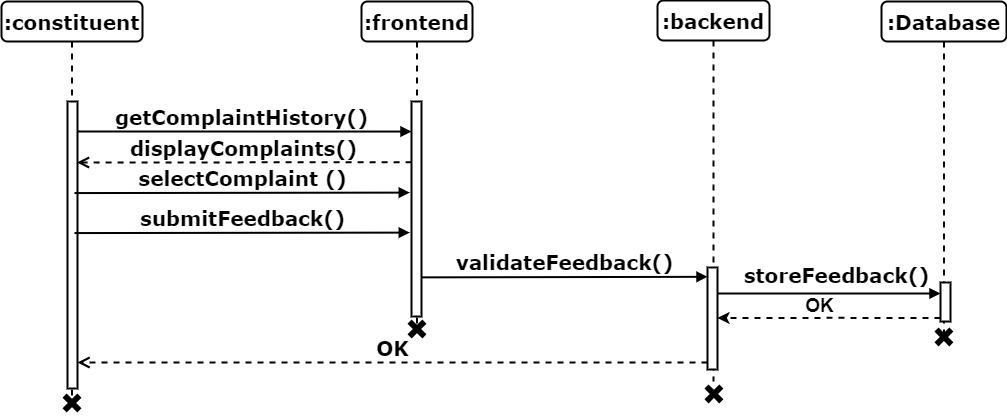
muhammadahsanmirza/fyp-constituency-connect keeps this draw.io diagram as 21 - Sequence Diagram/4 - Submit Feedback Sequence Diagram.drawio.png. Above is the earlier version. Source tidied: cells renumbered, new cells last; positions are measured from the earlier drawing's top-left corner, leaving out a move shared by most shapes. The source it was exported from:
```xml
<mxGraphModel>
  <root>
    <mxCell id="0" />
    <mxCell id="1" parent="0" />
    <mxCell id="2" value="getComplaintHistory()" style="html=1;verticalAlign=bottom;endArrow=block;entryX=0;entryY=0;labelBackgroundColor=none;fontFamily=Verdana;fontSize=20;edgeStyle=elbowEdgeStyle;elbow=vertical;strokeWidth=2;fontStyle=1;" parent="1" edge="1">
      <mxGeometry relative="1" as="geometry">
        <mxPoint x="71" y="131" as="sourcePoint" />
        <mxPoint x="410" y="131" as="targetPoint" />
      </mxGeometry>
    </mxCell>
    <mxCell id="3" value=":frontend" style="shape=umlLifeline;perimeter=lifelinePerimeter;whiteSpace=wrap;html=1;rounded=1;shadow=0;comic=0;labelBackgroundColor=none;strokeWidth=2;fontFamily=Verdana;fontSize=20;align=center;fontStyle=1;" parent="1" vertex="1">
      <mxGeometry x="360" y="1" width="111" height="326" as="geometry" />
    </mxCell>
    <mxCell id="4" style="html=1;points=[];perimeter=orthogonalPerimeter;rounded=0;shadow=0;comic=0;labelBackgroundColor=none;strokeWidth=2;fontFamily=Verdana;fontSize=20;align=center;fontStyle=1;whiteSpace=wrap;" parent="3" vertex="1">
      <mxGeometry x="50" y="100" width="10" height="215" as="geometry" />
    </mxCell>
    <mxCell id="5" value=":backend" style="shape=umlLifeline;perimeter=lifelinePerimeter;whiteSpace=wrap;html=1;rounded=1;shadow=0;comic=0;labelBackgroundColor=none;strokeWidth=2;fontFamily=Verdana;fontSize=20;align=center;fontStyle=1;" parent="1" vertex="1">
      <mxGeometry x="656" width="112" height="381" as="geometry" />
    </mxCell>
    <mxCell id="6" style="html=1;points=[];perimeter=orthogonalPerimeter;rounded=0;shadow=0;comic=0;labelBackgroundColor=none;strokeWidth=2;fontFamily=Verdana;fontSize=20;align=center;fontStyle=1;whiteSpace=wrap;" parent="5" vertex="1">
      <mxGeometry x="50" y="267" width="10" height="102" as="geometry" />
    </mxCell>
    <mxCell id="7" value="validateFeedback()" style="html=1;verticalAlign=bottom;endArrow=block;labelBackgroundColor=none;fontFamily=Verdana;fontSize=20;edgeStyle=elbowEdgeStyle;elbow=vertical;strokeWidth=2;fontStyle=1;exitX=0.961;exitY=0.818;exitDx=0;exitDy=0;exitPerimeter=0;" parent="5" edge="1" source="4">
      <mxGeometry relative="1" as="geometry">
        <mxPoint x="50" y="276" as="targetPoint" />
      </mxGeometry>
    </mxCell>
    <mxCell id="8" value=":Database" style="shape=umlLifeline;perimeter=lifelinePerimeter;whiteSpace=wrap;html=1;rounded=1;shadow=0;comic=0;labelBackgroundColor=none;strokeWidth=2;fontFamily=Verdana;fontSize=20;align=center;fontStyle=1;" parent="1" vertex="1">
      <mxGeometry x="880" y="1" width="125" height="337" as="geometry" />
    </mxCell>
    <mxCell id="9" value=":constituent" style="shape=umlLifeline;perimeter=lifelinePerimeter;whiteSpace=wrap;html=1;rounded=1;shadow=0;comic=0;labelBackgroundColor=none;strokeWidth=2;fontFamily=Verdana;fontSize=20;align=center;fontStyle=1;" parent="1" vertex="1">
      <mxGeometry y="1" width="141" height="400" as="geometry" />
    </mxCell>
    <mxCell id="10" style="html=1;perimeter=orthogonalPerimeter;rounded=0;shadow=0;comic=0;labelBackgroundColor=none;strokeWidth=2;fontFamily=Verdana;fontSize=20;align=center;fontStyle=1;whiteSpace=wrap;" parent="9" vertex="1">
      <mxGeometry x="66" y="100" width="10" height="287" as="geometry" />
    </mxCell>
    <mxCell id="11" style="html=1;perimeter=orthogonalPerimeter;rounded=0;shadow=0;comic=0;labelBackgroundColor=none;strokeWidth=2;fontFamily=Verdana;fontSize=20;align=center;fontStyle=1;whiteSpace=wrap;" parent="1" vertex="1">
      <mxGeometry x="939" y="282" width="10" height="39" as="geometry" />
    </mxCell>
    <mxCell id="12" value="storeFeedback()" style="html=1;verticalAlign=bottom;endArrow=block;labelBackgroundColor=none;fontFamily=Verdana;fontSize=20;edgeStyle=elbowEdgeStyle;elbow=vertical;strokeWidth=2;fontStyle=1;" parent="1" edge="1" source="6">
      <mxGeometry x="0.06" y="4" relative="1" as="geometry">
        <mxPoint x="939" y="293" as="targetPoint" />
        <Array as="points">
          <mxPoint x="878" y="293" />
        </Array>
      </mxGeometry>
    </mxCell>
    <mxCell id="13" style="shape=cross;whiteSpace=wrap;html=1;fillColor=#000000;rotation=45;strokeWidth=2;fontSize=20;" parent="1" vertex="1">
      <mxGeometry x="406" y="319" width="19" height="19" as="geometry" />
    </mxCell>
    <mxCell id="14" style="shape=cross;whiteSpace=wrap;html=1;fillColor=#000000;rotation=45;strokeWidth=2;fontSize=20;" parent="1" vertex="1">
      <mxGeometry x="61" y="393" width="19" height="19" as="geometry" />
    </mxCell>
    <mxCell id="15" style="shape=cross;whiteSpace=wrap;html=1;fillColor=#000000;rotation=45;strokeWidth=2;fontSize=20;" parent="1" vertex="1">
      <mxGeometry x="932.9" y="326.9" width="19" height="19" as="geometry" />
    </mxCell>
    <mxCell id="16" value="displayComplaints()" style="html=1;verticalAlign=bottom;endArrow=open;dashed=1;endSize=8;labelBackgroundColor=none;fontFamily=Verdana;fontSize=20;edgeStyle=elbowEdgeStyle;elbow=vertical;strokeWidth=2;fontStyle=1;entryX=0.953;entryY=0.127;entryDx=0;entryDy=0;entryPerimeter=0;exitX=0.01;exitY=0.129;exitDx=0;exitDy=0;exitPerimeter=0;" parent="1" edge="1">
      <mxGeometry relative="1" as="geometry">
        <mxPoint x="410.1" y="161.7" as="sourcePoint" />
        <mxPoint x="75.5" y="163" as="targetPoint" />
        <Array as="points">
          <mxPoint x="247" y="162" />
        </Array>
      </mxGeometry>
    </mxCell>
    <mxCell id="17" value="selectComplaint ()" style="html=1;verticalAlign=bottom;endArrow=block;entryX=-0.17;entryY=0.28;labelBackgroundColor=none;fontFamily=Verdana;fontSize=20;edgeStyle=elbowEdgeStyle;elbow=vertical;strokeWidth=2;fontStyle=1;exitX=0.7;exitY=0.27;exitDx=0;exitDy=0;exitPerimeter=0;entryDx=0;entryDy=0;entryPerimeter=0;" parent="1" edge="1">
      <mxGeometry relative="1" as="geometry">
        <mxPoint x="73" y="192.6" as="sourcePoint" />
        <mxPoint x="408.3" y="191.2" as="targetPoint" />
      </mxGeometry>
    </mxCell>
    <mxCell id="18" style="shape=cross;whiteSpace=wrap;html=1;fillColor=#000000;rotation=45;strokeWidth=2;fontSize=20;" parent="1" vertex="1">
      <mxGeometry x="702.9" y="383.9" width="19" height="19" as="geometry" />
    </mxCell>
    <mxCell id="19" style="group;" parent="1" vertex="1">
      <mxGeometry x="716" y="288" width="223" height="35" as="geometry" />
    </mxCell>
    <mxCell id="20" style="edgeStyle=orthogonalEdgeStyle;rounded=0;orthogonalLoop=1;jettySize=auto;html=1;entryX=1;entryY=0.259;entryDx=0;entryDy=0;entryPerimeter=0;strokeWidth=2;dashed=1;" parent="19" edge="1">
      <mxGeometry relative="1" as="geometry">
        <mxPoint x="223" y="29.4" as="sourcePoint" />
        <mxPoint y="29.4" as="targetPoint" />
        <Array as="points">
          <mxPoint x="112" y="29" />
        </Array>
      </mxGeometry>
    </mxCell>
    <mxCell id="21" value="&lt;b&gt;&lt;font style=&quot;font-size: 19px;&quot;&gt;OK&lt;/font&gt;&lt;/b&gt;" style="text;html=1;align=center;verticalAlign=middle;strokeColor=none;fillColor=none;" parent="19" vertex="1">
      <mxGeometry x="78" width="47" height="35" as="geometry" />
    </mxCell>
    <mxCell id="22" value="OK" style="html=1;verticalAlign=bottom;endArrow=open;dashed=1;endSize=8;labelBackgroundColor=none;fontFamily=Verdana;fontSize=20;edgeStyle=elbowEdgeStyle;elbow=vertical;strokeWidth=2;fontStyle=1;" parent="1" edge="1">
      <mxGeometry relative="1" as="geometry">
        <mxPoint x="706" y="362" as="sourcePoint" />
        <mxPoint x="76" y="362" as="targetPoint" />
        <Array as="points">
          <mxPoint x="378" y="362" />
        </Array>
      </mxGeometry>
    </mxCell>
    <mxCell id="23" value="submitFeedback()" style="html=1;verticalAlign=bottom;endArrow=block;entryX=-0.17;entryY=0.28;labelBackgroundColor=none;fontFamily=Verdana;fontSize=20;edgeStyle=elbowEdgeStyle;elbow=vertical;strokeWidth=2;fontStyle=1;exitX=0.7;exitY=0.27;exitDx=0;exitDy=0;exitPerimeter=0;entryDx=0;entryDy=0;entryPerimeter=0;" parent="1" edge="1">
      <mxGeometry relative="1" as="geometry">
        <mxPoint x="73" y="232.6" as="sourcePoint" />
        <mxPoint x="408.3" y="231.2" as="targetPoint" />
      </mxGeometry>
    </mxCell>
  </root>
</mxGraphModel>
```
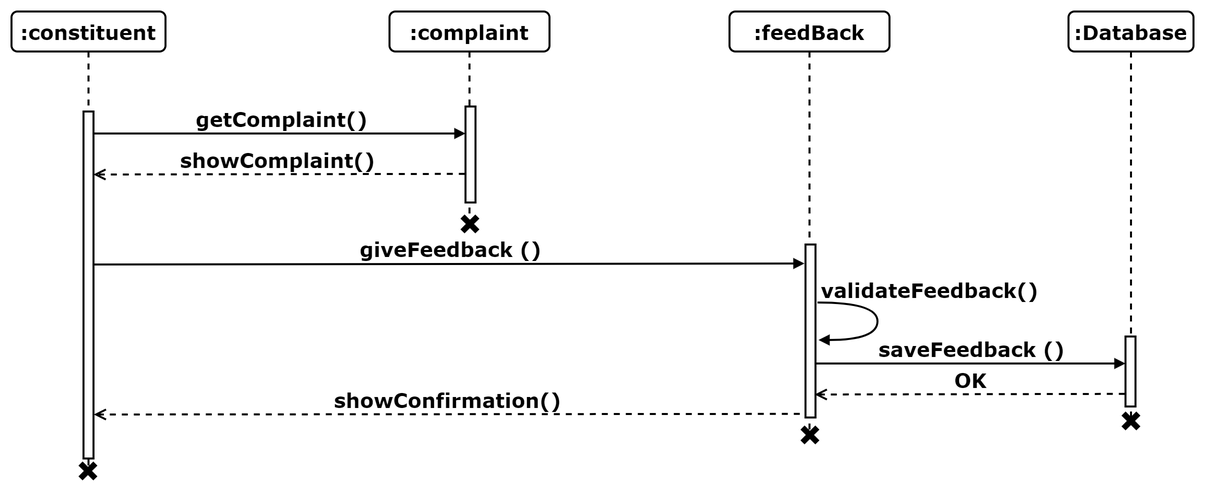
Above is the later version.

The edit, as a diff of the source:
```diff
@@ -2,105 +2,96 @@
   <root>
     <mxCell id="0" />
     <mxCell id="1" parent="0" />
-    <mxCell id="2" value="getComplaintHistory()" style="html=1;verticalAlign=bottom;endArrow=block;entryX=0;entryY=0;labelBackgroundColor=none;fontFamily=Verdana;fontSize=20;edgeStyle=elbowEdgeStyle;elbow=vertical;strokeWidth=2;fontStyle=1;" parent="1" edge="1">
-      <mxGeometry relative="1" as="geometry">
-        <mxPoint x="71" y="131" as="sourcePoint" />
-        <mxPoint x="410" y="131" as="targetPoint" />
-      </mxGeometry>
+    <mxCell id="2" value=":Database" style="shape=umlLifeline;perimeter=lifelinePerimeter;whiteSpace=wrap;html=1;rounded=1;shadow=0;comic=0;labelBackgroundColor=none;strokeWidth=2;fontFamily=Verdana;fontSize=20;align=center;fontStyle=1;" parent="1" vertex="1">
+      <mxGeometry x="2712" y="149" width="125" height="407" as="geometry" />
     </mxCell>
-    <mxCell id="3" value=":frontend" style="shape=umlLifeline;perimeter=lifelinePerimeter;whiteSpace=wrap;html=1;rounded=1;shadow=0;comic=0;labelBackgroundColor=none;strokeWidth=2;fontFamily=Verdana;fontSize=20;align=center;fontStyle=1;" parent="1" vertex="1">
-      <mxGeometry x="360" y="1" width="111" height="326" as="geometry" />
+    <mxCell id="3" value=":constituent" style="shape=umlLifeline;perimeter=lifelinePerimeter;whiteSpace=wrap;html=1;rounded=1;shadow=0;comic=0;labelBackgroundColor=none;strokeWidth=2;fontFamily=Verdana;fontSize=20;align=center;fontStyle=1;" parent="1" vertex="1">
+      <mxGeometry x="1655" y="149" width="154" height="454" as="geometry" />
     </mxCell>
     <mxCell id="4" style="html=1;points=[];perimeter=orthogonalPerimeter;rounded=0;shadow=0;comic=0;labelBackgroundColor=none;strokeWidth=2;fontFamily=Verdana;fontSize=20;align=center;fontStyle=1;whiteSpace=wrap;" parent="3" vertex="1">
-      <mxGeometry x="50" y="100" width="10" height="215" as="geometry" />
+      <mxGeometry x="72" y="100" width="10" height="347" as="geometry" />
     </mxCell>
-    <mxCell id="5" value=":backend" style="shape=umlLifeline;perimeter=lifelinePerimeter;whiteSpace=wrap;html=1;rounded=1;shadow=0;comic=0;labelBackgroundColor=none;strokeWidth=2;fontFamily=Verdana;fontSize=20;align=center;fontStyle=1;" parent="1" vertex="1">
-      <mxGeometry x="656" width="112" height="381" as="geometry" />
+    <mxCell id="5" value=":complaint" style="shape=umlLifeline;perimeter=lifelinePerimeter;whiteSpace=wrap;html=1;rounded=1;shadow=0;comic=0;labelBackgroundColor=none;strokeWidth=2;fontFamily=Verdana;fontSize=20;align=center;fontStyle=1;" parent="1" vertex="1">
+      <mxGeometry x="2033" y="149" width="160" height="210" as="geometry" />
     </mxCell>
     <mxCell id="6" style="html=1;points=[];perimeter=orthogonalPerimeter;rounded=0;shadow=0;comic=0;labelBackgroundColor=none;strokeWidth=2;fontFamily=Verdana;fontSize=20;align=center;fontStyle=1;whiteSpace=wrap;" parent="5" vertex="1">
-      <mxGeometry x="50" y="267" width="10" height="102" as="geometry" />
+      <mxGeometry x="76" y="95" width="10" height="96" as="geometry" />
     </mxCell>
-    <mxCell id="7" value="validateFeedback()" style="html=1;verticalAlign=bottom;endArrow=block;labelBackgroundColor=none;fontFamily=Verdana;fontSize=20;edgeStyle=elbowEdgeStyle;elbow=vertical;strokeWidth=2;fontStyle=1;exitX=0.961;exitY=0.818;exitDx=0;exitDy=0;exitPerimeter=0;" parent="5" edge="1" source="4">
+    <mxCell id="7" value="getComplaint()" style="html=1;verticalAlign=bottom;endArrow=block;labelBackgroundColor=none;fontFamily=Verdana;fontSize=20;edgeStyle=elbowEdgeStyle;elbow=vertical;strokeWidth=2;fontStyle=1;" parent="1" edge="1" source="4">
       <mxGeometry relative="1" as="geometry">
-        <mxPoint x="50" y="276" as="targetPoint" />
+        <mxPoint x="2109" y="272" as="targetPoint" />
       </mxGeometry>
     </mxCell>
-    <mxCell id="8" value=":Database" style="shape=umlLifeline;perimeter=lifelinePerimeter;whiteSpace=wrap;html=1;rounded=1;shadow=0;comic=0;labelBackgroundColor=none;strokeWidth=2;fontFamily=Verdana;fontSize=20;align=center;fontStyle=1;" parent="1" vertex="1">
-      <mxGeometry x="880" y="1" width="125" height="337" as="geometry" />
+    <mxCell id="8" value="giveFeedback ()" style="html=1;verticalAlign=bottom;endArrow=block;labelBackgroundColor=none;fontFamily=Verdana;fontSize=20;edgeStyle=elbowEdgeStyle;elbow=vertical;strokeWidth=2;fontStyle=1;entryX=-0.1;entryY=0.5;entryDx=0;entryDy=0;entryPerimeter=0;" parent="1" edge="1">
+      <mxGeometry relative="1" as="geometry">
+        <mxPoint x="1737" y="402" as="sourcePoint" />
+        <mxPoint x="2448" y="402" as="targetPoint" />
+      </mxGeometry>
     </mxCell>
-    <mxCell id="9" value=":constituent" style="shape=umlLifeline;perimeter=lifelinePerimeter;whiteSpace=wrap;html=1;rounded=1;shadow=0;comic=0;labelBackgroundColor=none;strokeWidth=2;fontFamily=Verdana;fontSize=20;align=center;fontStyle=1;" parent="1" vertex="1">
-      <mxGeometry y="1" width="141" height="400" as="geometry" />
+    <mxCell id="9" style="html=1;perimeter=orthogonalPerimeter;rounded=0;shadow=0;comic=0;labelBackgroundColor=none;strokeWidth=2;fontFamily=Verdana;fontSize=20;align=center;fontStyle=1;whiteSpace=wrap;" parent="1" vertex="1">
+      <mxGeometry x="2769" y="474" width="10" height="70" as="geometry" />
     </mxCell>
-    <mxCell id="10" style="html=1;perimeter=orthogonalPerimeter;rounded=0;shadow=0;comic=0;labelBackgroundColor=none;strokeWidth=2;fontFamily=Verdana;fontSize=20;align=center;fontStyle=1;whiteSpace=wrap;" parent="9" vertex="1">
-      <mxGeometry x="66" y="100" width="10" height="287" as="geometry" />
+    <mxCell id="10" value="OK" style="html=1;verticalAlign=bottom;endArrow=open;dashed=1;endSize=8;labelBackgroundColor=none;fontFamily=Verdana;fontSize=20;edgeStyle=elbowEdgeStyle;elbow=vertical;strokeWidth=2;fontStyle=1;exitX=-0.069;exitY=0.951;exitDx=0;exitDy=0;exitPerimeter=0;entryX=0.916;entryY=0.866;entryDx=0;entryDy=0;entryPerimeter=0;" parent="1" edge="1" target="16">
+      <mxGeometry relative="1" as="geometry">
+        <mxPoint x="2768.3" y="531.4" as="sourcePoint" />
+        <Array as="points">
+          <mxPoint x="2480" y="532" />
+        </Array>
+      </mxGeometry>
     </mxCell>
-    <mxCell id="11" style="html=1;perimeter=orthogonalPerimeter;rounded=0;shadow=0;comic=0;labelBackgroundColor=none;strokeWidth=2;fontFamily=Verdana;fontSize=20;align=center;fontStyle=1;whiteSpace=wrap;" parent="1" vertex="1">
-      <mxGeometry x="939" y="282" width="10" height="39" as="geometry" />
+    <mxCell id="11" value="validateFeedback()" style="html=1;verticalAlign=bottom;endArrow=block;labelBackgroundColor=none;fontFamily=Verdana;fontSize=20;elbow=vertical;edgeStyle=orthogonalEdgeStyle;curved=1;exitX=1;exitY=0.14;exitPerimeter=0;strokeWidth=2;fontStyle=1;exitDx=0;exitDy=0;entryX=1.099;entryY=0.303;entryDx=0;entryDy=0;entryPerimeter=0;" parent="1" edge="1">
+      <mxGeometry x="-0.21" y="52" relative="1" as="geometry">
+        <mxPoint x="2461" y="440" as="sourcePoint" />
+        <mxPoint x="2462" y="477.5" as="targetPoint" />
+        <Array as="points">
+          <mxPoint x="2521" y="439.8" />
+          <mxPoint x="2521" y="477.8" />
+        </Array>
+      </mxGeometry>
     </mxCell>
-    <mxCell id="12" value="storeFeedback()" style="html=1;verticalAlign=bottom;endArrow=block;labelBackgroundColor=none;fontFamily=Verdana;fontSize=20;edgeStyle=elbowEdgeStyle;elbow=vertical;strokeWidth=2;fontStyle=1;" parent="1" edge="1" source="6">
-      <mxGeometry x="0.06" y="4" relative="1" as="geometry">
-        <mxPoint x="939" y="293" as="targetPoint" />
+    <mxCell id="12" value="showComplaint()" style="html=1;verticalAlign=bottom;endArrow=open;dashed=1;endSize=8;labelBackgroundColor=none;fontFamily=Verdana;fontSize=20;edgeStyle=elbowEdgeStyle;elbow=vertical;strokeWidth=2;fontStyle=1;entryX=0.988;entryY=0.952;entryDx=0;entryDy=0;entryPerimeter=0;exitX=-0.069;exitY=0.951;exitDx=0;exitDy=0;exitPerimeter=0;" parent="1" edge="1">
+      <mxGeometry relative="1" as="geometry">
+        <mxPoint x="2108.3" y="311.4" as="sourcePoint" />
+        <mxPoint x="1736.9" y="312.7" as="targetPoint" />
         <Array as="points">
-          <mxPoint x="878" y="293" />
+          <mxPoint x="1820" y="312" />
         </Array>
       </mxGeometry>
     </mxCell>
     <mxCell id="13" style="shape=cross;whiteSpace=wrap;html=1;fillColor=#000000;rotation=45;strokeWidth=2;fontSize=20;" parent="1" vertex="1">
-      <mxGeometry x="406" y="319" width="19" height="19" as="geometry" />
+      <mxGeometry x="2103.9" y="351.9" width="19" height="19" as="geometry" />
     </mxCell>
     <mxCell id="14" style="shape=cross;whiteSpace=wrap;html=1;fillColor=#000000;rotation=45;strokeWidth=2;fontSize=20;" parent="1" vertex="1">
-      <mxGeometry x="61" y="393" width="19" height="19" as="geometry" />
+      <mxGeometry x="1721.9" y="598.9" width="19" height="19" as="geometry" />
     </mxCell>
-    <mxCell id="15" style="shape=cross;whiteSpace=wrap;html=1;fillColor=#000000;rotation=45;strokeWidth=2;fontSize=20;" parent="1" vertex="1">
-      <mxGeometry x="932.9" y="326.9" width="19" height="19" as="geometry" />
+    <mxCell id="15" value=":feedBack" style="shape=umlLifeline;perimeter=lifelinePerimeter;whiteSpace=wrap;html=1;rounded=1;shadow=0;comic=0;labelBackgroundColor=none;strokeWidth=2;fontFamily=Verdana;fontSize=20;align=center;fontStyle=1;" parent="1" vertex="1">
+      <mxGeometry x="2373" y="149" width="160" height="427" as="geometry" />
     </mxCell>
-    <mxCell id="16" value="displayComplaints()" style="html=1;verticalAlign=bottom;endArrow=open;dashed=1;endSize=8;labelBackgroundColor=none;fontFamily=Verdana;fontSize=20;edgeStyle=elbowEdgeStyle;elbow=vertical;strokeWidth=2;fontStyle=1;entryX=0.953;entryY=0.127;entryDx=0;entryDy=0;entryPerimeter=0;exitX=0.01;exitY=0.129;exitDx=0;exitDy=0;exitPerimeter=0;" parent="1" edge="1">
-      <mxGeometry relative="1" as="geometry">
-        <mxPoint x="410.1" y="161.7" as="sourcePoint" />
-        <mxPoint x="75.5" y="163" as="targetPoint" />
-        <Array as="points">
-          <mxPoint x="247" y="162" />
-        </Array>
-      </mxGeometry>
+    <mxCell id="16" style="html=1;points=[];perimeter=orthogonalPerimeter;rounded=0;shadow=0;comic=0;labelBackgroundColor=none;strokeWidth=2;fontFamily=Verdana;fontSize=20;align=center;fontStyle=1;whiteSpace=wrap;" parent="15" vertex="1">
+      <mxGeometry x="76" y="233" width="10" height="173" as="geometry" />
     </mxCell>
-    <mxCell id="17" value="selectComplaint ()" style="html=1;verticalAlign=bottom;endArrow=block;entryX=-0.17;entryY=0.28;labelBackgroundColor=none;fontFamily=Verdana;fontSize=20;edgeStyle=elbowEdgeStyle;elbow=vertical;strokeWidth=2;fontStyle=1;exitX=0.7;exitY=0.27;exitDx=0;exitDy=0;exitPerimeter=0;entryDx=0;entryDy=0;entryPerimeter=0;" parent="1" edge="1">
+    <mxCell id="17" value="saveFeedback ()" style="html=1;verticalAlign=bottom;endArrow=block;labelBackgroundColor=none;fontFamily=Verdana;fontSize=20;edgeStyle=elbowEdgeStyle;elbow=horizontal;strokeWidth=2;fontStyle=1;" parent="1" edge="1">
       <mxGeometry relative="1" as="geometry">
-        <mxPoint x="73" y="192.6" as="sourcePoint" />
-        <mxPoint x="408.3" y="191.2" as="targetPoint" />
+        <mxPoint x="2460" y="501" as="sourcePoint" />
+        <mxPoint x="2769" y="501" as="targetPoint" />
+        <Array as="points">
+          <mxPoint x="2624" y="501" />
+        </Array>
       </mxGeometry>
     </mxCell>
-    <mxCell id="18" style="shape=cross;whiteSpace=wrap;html=1;fillColor=#000000;rotation=45;strokeWidth=2;fontSize=20;" parent="1" vertex="1">
-      <mxGeometry x="702.9" y="383.9" width="19" height="19" as="geometry" />
+    <mxCell id="18" value="showConfirmation()" style="html=1;verticalAlign=bottom;endArrow=open;dashed=1;endSize=8;labelBackgroundColor=none;fontFamily=Verdana;fontSize=20;edgeStyle=elbowEdgeStyle;elbow=vertical;strokeWidth=2;fontStyle=1;exitX=-0.069;exitY=0.951;exitDx=0;exitDy=0;exitPerimeter=0;entryX=1.029;entryY=0.873;entryDx=0;entryDy=0;entryPerimeter=0;" parent="1" edge="1" target="4">
+      <mxGeometry relative="1" as="geometry">
+        <mxPoint x="2443.3" y="551.4" as="sourcePoint" />
+        <Array as="points">
+          <mxPoint x="2155" y="552" />
+        </Array>
+      </mxGeometry>
     </mxCell>
-    <mxCell id="19" style="group;" parent="1" vertex="1">
-      <mxGeometry x="716" y="288" width="223" height="35" as="geometry" />
+    <mxCell id="19" style="shape=cross;whiteSpace=wrap;html=1;fillColor=#000000;rotation=45;strokeWidth=2;fontSize=20;" parent="1" vertex="1">
+      <mxGeometry x="2443.9" y="562.9" width="19" height="19" as="geometry" />
     </mxCell>
-    <mxCell id="20" style="edgeStyle=orthogonalEdgeStyle;rounded=0;orthogonalLoop=1;jettySize=auto;html=1;entryX=1;entryY=0.259;entryDx=0;entryDy=0;entryPerimeter=0;strokeWidth=2;dashed=1;" parent="19" edge="1">
-      <mxGeometry relative="1" as="geometry">
-        <mxPoint x="223" y="29.4" as="sourcePoint" />
-        <mxPoint y="29.4" as="targetPoint" />
-        <Array as="points">
-          <mxPoint x="112" y="29" />
-        </Array>
-      </mxGeometry>
+    <mxCell id="20" style="shape=cross;whiteSpace=wrap;html=1;fillColor=#000000;rotation=45;strokeWidth=2;fontSize=20;" parent="1" vertex="1">
+      <mxGeometry x="2764.9" y="548.9" width="19" height="19" as="geometry" />
     </mxCell>
-    <mxCell id="21" value="&lt;b&gt;&lt;font style=&quot;font-size: 19px;&quot;&gt;OK&lt;/font&gt;&lt;/b&gt;" style="text;html=1;align=center;verticalAlign=middle;strokeColor=none;fillColor=none;" parent="19" vertex="1">
-      <mxGeometry x="78" width="47" height="35" as="geometry" />
-    </mxCell>
-    <mxCell id="22" value="OK" style="html=1;verticalAlign=bottom;endArrow=open;dashed=1;endSize=8;labelBackgroundColor=none;fontFamily=Verdana;fontSize=20;edgeStyle=elbowEdgeStyle;elbow=vertical;strokeWidth=2;fontStyle=1;" parent="1" edge="1">
-      <mxGeometry relative="1" as="geometry">
-        <mxPoint x="706" y="362" as="sourcePoint" />
-        <mxPoint x="76" y="362" as="targetPoint" />
-        <Array as="points">
-          <mxPoint x="378" y="362" />
-        </Array>
-      </mxGeometry>
-    </mxCell>
-    <mxCell id="23" value="submitFeedback()" style="html=1;verticalAlign=bottom;endArrow=block;entryX=-0.17;entryY=0.28;labelBackgroundColor=none;fontFamily=Verdana;fontSize=20;edgeStyle=elbowEdgeStyle;elbow=vertical;strokeWidth=2;fontStyle=1;exitX=0.7;exitY=0.27;exitDx=0;exitDy=0;exitPerimeter=0;entryDx=0;entryDy=0;entryPerimeter=0;" parent="1" edge="1">
-      <mxGeometry relative="1" as="geometry">
-        <mxPoint x="73" y="232.6" as="sourcePoint" />
-        <mxPoint x="408.3" y="231.2" as="targetPoint" />
-      </mxGeometry>
-    </mxCell>
   </root>
 </mxGraphModel>
```
